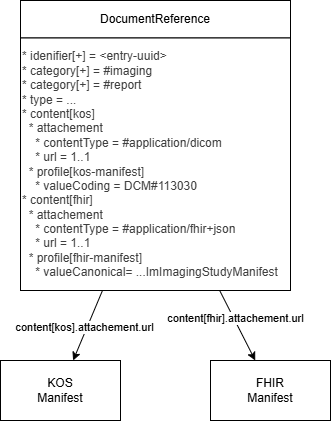
Before: input/images/manifest-envelop.drawio.png, a diagram exported from draw.io (hl7-eu/imaging-manifest). Source tidied: cells renumbered, new cells last; positions are measured from the earlier drawing's top-left corner, leaving out a move shared by most shapes.
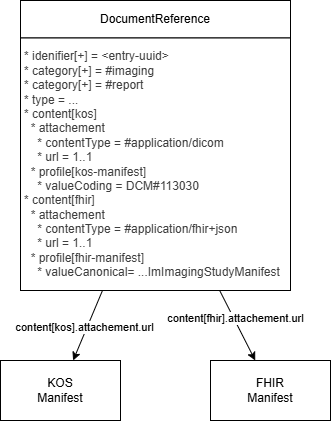
The same diagram one commit later.

What changed in the source:
```diff
@@ -26,7 +26,7 @@
     <mxCell id="9" value="DocumentReference" style="whiteSpace=wrap;html=1;" parent="8" vertex="1">
       <mxGeometry width="270" height="37.5" as="geometry" />
     </mxCell>
-    <mxCell id="10" value="&lt;div&gt;&lt;span style=&quot;background-color: transparent; scrollbar-color: rgb(226, 226, 226) rgb(251, 251, 251); color: rgb(63, 63, 63);&quot;&gt;&lt;div style=&quot;&quot;&gt;&lt;span style=&quot;scrollbar-color: rgb(226, 226, 226) rgb(251, 251, 251); color: rgb(63, 63, 63);&quot;&gt;&lt;div style=&quot;&quot;&gt;&lt;div&gt;* idenifier[+] = &amp;lt;entry-uuid&amp;gt;&lt;/div&gt;&lt;div&gt;* category[+] = #imaging&lt;/div&gt;&lt;div&gt;* category[+] = #report&lt;/div&gt;&lt;div&gt;* type = ...&lt;/div&gt;&lt;div&gt;* content[kos]&lt;/div&gt;&lt;div&gt;&amp;nbsp; * attachement&lt;/div&gt;&lt;div&gt;&amp;nbsp; &amp;nbsp; * contentType = #application/dicom&lt;/div&gt;&lt;div&gt;&amp;nbsp; &amp;nbsp; * url = 1..1&lt;/div&gt;&lt;div&gt;&amp;nbsp; * profile[kos-manifest]&lt;/div&gt;&lt;div&gt;&amp;nbsp; &amp;nbsp; * valueCoding = DCM#113030&lt;/div&gt;&lt;div&gt;* content[fhir]&lt;/div&gt;&lt;div&gt;&amp;nbsp; * attachement&lt;/div&gt;&lt;div&gt;&amp;nbsp; &amp;nbsp; * contentType = #application/fhir+json&lt;/div&gt;&lt;div&gt;&amp;nbsp; &amp;nbsp; * url = 1..1&lt;/div&gt;&lt;div&gt;&amp;nbsp; * profile[fhir-manifest]&lt;/div&gt;&lt;div&gt;&amp;nbsp; &amp;nbsp; * valueCanonical= ...ImImagingStudyManifest&lt;/div&gt;&lt;/div&gt;&lt;/span&gt;&lt;/div&gt;&lt;/span&gt;&lt;/div&gt;" style="whiteSpace=wrap;html=1;align=left;" parent="8" vertex="1">
+    <mxCell id="10" value="&lt;div&gt;&lt;span style=&quot;background-color: transparent; scrollbar-color: rgb(226, 226, 226) rgb(251, 251, 251); color: rgb(63, 63, 63);&quot;&gt;&lt;div style=&quot;&quot;&gt;&lt;span style=&quot;scrollbar-color: rgb(226, 226, 226) rgb(251, 251, 251); color: rgb(63, 63, 63);&quot;&gt;&lt;div style=&quot;&quot;&gt;&lt;div&gt;* idenifier[+] = &amp;lt;entry-uuid&amp;gt;&lt;/div&gt;&lt;div&gt;* category[+] = #imaging&lt;/div&gt;&lt;div&gt;* category[+] = #report&lt;/div&gt;&lt;div&gt;* type = ...&lt;/div&gt;&lt;div&gt;* content[kos]&lt;/div&gt;&lt;div&gt;&amp;nbsp; * attachement&lt;/div&gt;&lt;div&gt;&amp;nbsp; &amp;nbsp; * contentType = #application/dicom&lt;/div&gt;&lt;div&gt;&amp;nbsp; &amp;nbsp; * url = 1..1&lt;/div&gt;&lt;div&gt;&amp;nbsp; * profile[kos-manifest]&lt;/div&gt;&lt;div&gt;&amp;nbsp; &amp;nbsp; * valueCoding = DCM#113030&lt;/div&gt;&lt;div&gt;* content[fhir]&lt;/div&gt;&lt;div&gt;&amp;nbsp; * attachement&lt;/div&gt;&lt;div&gt;&amp;nbsp; &amp;nbsp; * contentType = #application/fhir+json&lt;/div&gt;&lt;div&gt;&amp;nbsp; &amp;nbsp; * url = 1..1&lt;/div&gt;&lt;div&gt;&amp;nbsp; * profile[fhir-manifest]&lt;/div&gt;&lt;div&gt;&amp;nbsp; &amp;nbsp; * valueCanonical= ...ImImagingStudyManifest&lt;/div&gt;&lt;/div&gt;&lt;/span&gt;&lt;/div&gt;&lt;/span&gt;&lt;/div&gt;" style="whiteSpace=wrap;html=1;align=left;spacingLeft=2;" parent="8" vertex="1">
       <mxGeometry y="37.5" width="270" height="252.5" as="geometry" />
     </mxCell>
   </root>
```
